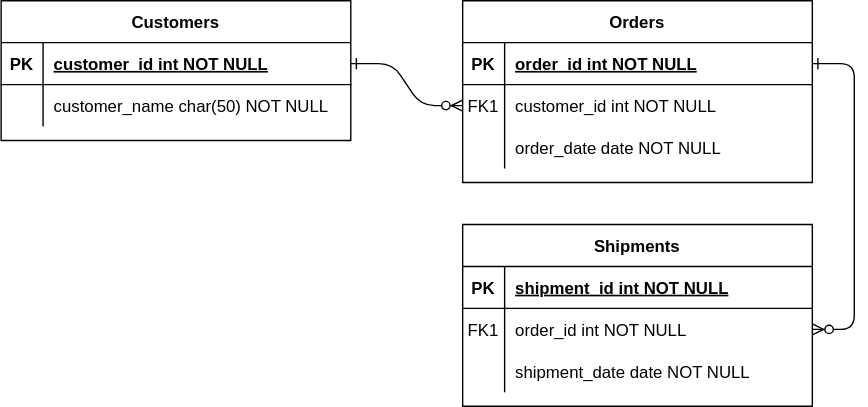
Above: document/게시판 서비스 ERD.svg in mvmthyun/fastcampus-pj-board (draw.io), before the change. Source tidied: cells renumbered, new cells last; positions are measured from the earlier drawing's top-left corner, leaving out a move shared by most shapes.
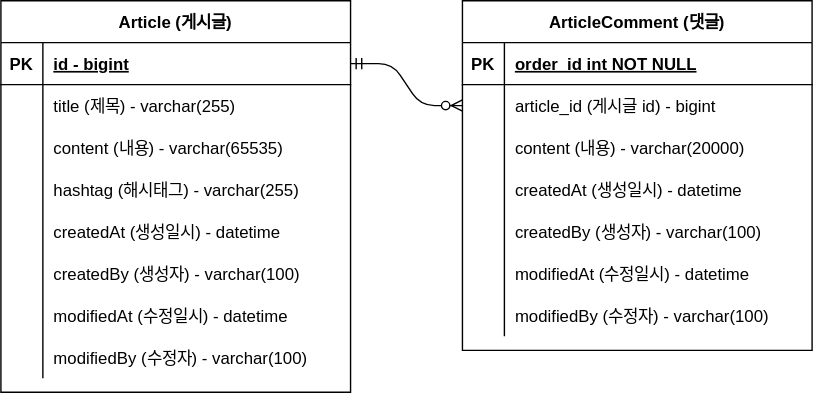
After the change.

The edit, as a diff of the source:
```diff
@@ -2,14 +2,11 @@
   <root>
     <mxCell id="0" />
     <mxCell id="1" parent="0" />
-    <mxCell id="2" style="edgeStyle=entityRelationEdgeStyle;endArrow=ERzeroToMany;startArrow=ERone;endFill=1;startFill=0;" parent="1" edge="1" source="25" target="8">
+    <mxCell id="2" style="edgeStyle=entityRelationEdgeStyle;endArrow=ERzeroToMany;startArrow=ERmandOne;endFill=1;startFill=0;exitX=1;exitY=0.5;exitDx=0;exitDy=0;" parent="1" edge="1" source="25" target="8">
       <mxGeometry relative="1" as="geometry" />
     </mxCell>
-    <mxCell id="3" style="edgeStyle=entityRelationEdgeStyle;endArrow=ERzeroToMany;startArrow=ERone;endFill=1;startFill=0;" parent="1" edge="1" source="5" target="18">
-      <mxGeometry relative="1" as="geometry" />
-    </mxCell>
-    <mxCell id="4" value="Orders" style="shape=table;startSize=30;rowLines=0;fontStyle=1;align=center;" parent="1" vertex="1">
-      <mxGeometry x="330" width="250" height="130" as="geometry" />
+    <mxCell id="4" value="ArticleComment (댓글)" style="shape=table;startSize=30;rowLines=0;fontStyle=1;align=center;" parent="1" vertex="1">
+      <mxGeometry x="330" width="250" height="250" as="geometry" />
     </mxCell>
     <mxCell id="5" style="shape=partialRectangle;fillColor=none;points=[[0,0.5],[1,0.5]];portConstraint=eastwest;top=0;left=0;right=0;bottom=1;" parent="4" vertex="1">
       <mxGeometry y="30" width="250" height="30" as="geometry" />
@@ -23,10 +20,10 @@
     <mxCell id="8" style="shape=partialRectangle;fillColor=none;points=[[0,0.5],[1,0.5]];portConstraint=eastwest;top=0;left=0;right=0;bottom=0;" parent="4" vertex="1">
       <mxGeometry y="60" width="250" height="30" as="geometry" />
     </mxCell>
-    <mxCell id="9" value="FK1" style="shape=partialRectangle;overflow=hidden;fillColor=none;top=0;left=0;bottom=0;right=0;" parent="8" vertex="1">
+    <mxCell id="9" style="shape=partialRectangle;overflow=hidden;fillColor=none;top=0;left=0;bottom=0;right=0;" parent="8" vertex="1">
       <mxGeometry width="30" height="30" as="geometry" />
     </mxCell>
-    <mxCell id="10" value="customer_id int NOT NULL" style="shape=partialRectangle;overflow=hidden;fillColor=none;top=0;left=0;bottom=0;right=0;align=left;spacingLeft=6;" parent="8" vertex="1">
+    <mxCell id="10" value="article_id (게시글 id) - bigint" style="shape=partialRectangle;overflow=hidden;fillColor=none;top=0;left=0;bottom=0;right=0;align=left;spacingLeft=6;" parent="8" vertex="1">
       <mxGeometry x="30" width="220" height="30" as="geometry" />
     </mxCell>
     <mxCell id="11" style="shape=partialRectangle;fillColor=none;top=0;left=0;right=0;bottom=0;" parent="4" vertex="1">
@@ -35,41 +32,47 @@
     <mxCell id="12" style="shape=partialRectangle;overflow=hidden;fillColor=none;top=0;left=0;bottom=0;right=0;" parent="11" vertex="1">
       <mxGeometry width="30" height="30" as="geometry" />
     </mxCell>
-    <mxCell id="13" value="order_date date NOT NULL" style="shape=partialRectangle;overflow=hidden;fillColor=none;top=0;left=0;bottom=0;right=0;align=left;spacingLeft=6;" parent="11" vertex="1">
+    <mxCell id="13" value="content (내용) - varchar(20000)" style="shape=partialRectangle;overflow=hidden;fillColor=none;top=0;left=0;bottom=0;right=0;align=left;spacingLeft=6;" parent="11" vertex="1">
       <mxGeometry x="30" width="220" height="30" as="geometry" />
     </mxCell>
-    <mxCell id="14" value="Shipments" style="shape=table;startSize=30;rowLines=0;fontStyle=1;align=center;" parent="1" vertex="1">
-      <mxGeometry x="330" y="160" width="250" height="130" as="geometry" />
-    </mxCell>
-    <mxCell id="15" style="shape=partialRectangle;fillColor=none;top=0;left=0;right=0;bottom=1;" parent="14" vertex="1">
-      <mxGeometry y="30" width="250" height="30" as="geometry" />
-    </mxCell>
-    <mxCell id="16" value="PK" style="shape=partialRectangle;overflow=hidden;fillColor=none;top=0;left=0;bottom=0;right=0;fontStyle=1;" parent="15" vertex="1">
-      <mxGeometry width="30" height="30" as="geometry" />
-    </mxCell>
-    <mxCell id="17" value="shipment_id int NOT NULL " style="shape=partialRectangle;overflow=hidden;fillColor=none;top=0;left=0;bottom=0;right=0;align=left;spacingLeft=6;fontStyle=5;" parent="15" vertex="1">
-      <mxGeometry x="30" width="220" height="30" as="geometry" />
-    </mxCell>
-    <mxCell id="18" style="shape=partialRectangle;fillColor=none;points=[[0,0.5],[1,0.5]];portConstraint=eastwest;top=0;left=0;right=0;bottom=0;" parent="14" vertex="1">
-      <mxGeometry y="60" width="250" height="30" as="geometry" />
-    </mxCell>
-    <mxCell id="19" value="FK1" style="shape=partialRectangle;overflow=hidden;fillColor=none;top=0;left=0;bottom=0;right=0;" parent="18" vertex="1">
-      <mxGeometry width="30" height="30" as="geometry" />
-    </mxCell>
-    <mxCell id="20" value="order_id int NOT NULL" style="shape=partialRectangle;overflow=hidden;fillColor=none;top=0;left=0;bottom=0;right=0;align=left;spacingLeft=6;" parent="18" vertex="1">
-      <mxGeometry x="30" width="220" height="30" as="geometry" />
-    </mxCell>
-    <mxCell id="21" style="shape=partialRectangle;fillColor=none;top=0;left=0;right=0;bottom=0;" parent="14" vertex="1">
-      <mxGeometry y="90" width="250" height="30" as="geometry" />
-    </mxCell>
-    <mxCell id="22" style="shape=partialRectangle;overflow=hidden;fillColor=none;top=0;left=0;bottom=0;right=0;" parent="21" vertex="1">
-      <mxGeometry width="30" height="30" as="geometry" />
-    </mxCell>
-    <mxCell id="23" value="shipment_date date NOT NULL" style="shape=partialRectangle;overflow=hidden;fillColor=none;top=0;left=0;bottom=0;right=0;align=left;spacingLeft=6;" parent="21" vertex="1">
-      <mxGeometry x="30" width="220" height="30" as="geometry" />
-    </mxCell>
+    <mxCell id="31" style="shape=partialRectangle;fillColor=none;top=0;left=0;right=0;bottom=0;" parent="4" vertex="1">
+      <mxGeometry y="120" width="250" height="30" as="geometry" />
+    </mxCell>
+    <mxCell id="32" style="shape=partialRectangle;overflow=hidden;fillColor=none;top=0;left=0;bottom=0;right=0;" parent="31" vertex="1">
+      <mxGeometry width="30" height="30" as="geometry" />
+    </mxCell>
+    <mxCell id="33" value="createdAt (생성일시) - datetime" style="shape=partialRectangle;overflow=hidden;fillColor=none;top=0;left=0;bottom=0;right=0;align=left;spacingLeft=6;" parent="31" vertex="1">
+      <mxGeometry x="30" width="220" height="30" as="geometry" />
+    </mxCell>
+    <mxCell id="34" style="shape=partialRectangle;fillColor=none;top=0;left=0;right=0;bottom=0;" parent="4" vertex="1">
+      <mxGeometry y="150" width="250" height="30" as="geometry" />
+    </mxCell>
+    <mxCell id="35" style="shape=partialRectangle;overflow=hidden;fillColor=none;top=0;left=0;bottom=0;right=0;" parent="34" vertex="1">
+      <mxGeometry width="30" height="30" as="geometry" />
+    </mxCell>
+    <mxCell id="36" value="createdBy (생성자) - varchar(100)" style="shape=partialRectangle;overflow=hidden;fillColor=none;top=0;left=0;bottom=0;right=0;align=left;spacingLeft=6;" parent="34" vertex="1">
+      <mxGeometry x="30" width="220" height="30" as="geometry" />
+    </mxCell>
+    <mxCell id="37" style="shape=partialRectangle;fillColor=none;top=0;left=0;right=0;bottom=0;" parent="4" vertex="1">
+      <mxGeometry y="180" width="250" height="30" as="geometry" />
+    </mxCell>
+    <mxCell id="38" style="shape=partialRectangle;overflow=hidden;fillColor=none;top=0;left=0;bottom=0;right=0;" parent="37" vertex="1">
+      <mxGeometry width="30" height="30" as="geometry" />
+    </mxCell>
+    <mxCell id="39" value="modifiedAt (수정일시) - datetime" style="shape=partialRectangle;overflow=hidden;fillColor=none;top=0;left=0;bottom=0;right=0;align=left;spacingLeft=6;" parent="37" vertex="1">
+      <mxGeometry x="30" width="220" height="30" as="geometry" />
+    </mxCell>
+    <mxCell id="40" style="shape=partialRectangle;fillColor=none;top=0;left=0;right=0;bottom=0;" parent="4" vertex="1">
+      <mxGeometry y="210" width="250" height="30" as="geometry" />
+    </mxCell>
+    <mxCell id="41" style="shape=partialRectangle;overflow=hidden;fillColor=none;top=0;left=0;bottom=0;right=0;" parent="40" vertex="1">
+      <mxGeometry width="30" height="30" as="geometry" />
+    </mxCell>
+    <mxCell id="42" value="modifiedBy (수정자) - varchar(100)" style="shape=partialRectangle;overflow=hidden;fillColor=none;top=0;left=0;bottom=0;right=0;align=left;spacingLeft=6;" parent="40" vertex="1">
+      <mxGeometry x="30" width="220" height="30" as="geometry" />
+    </mxCell>
-    <mxCell id="24" value="Customers" style="shape=table;startSize=30;rowLines=0;fontStyle=1;align=center;" parent="1" vertex="1">
-      <mxGeometry width="250" height="100" as="geometry" />
+    <mxCell id="24" value="Article (게시글)" style="shape=table;startSize=30;rowLines=0;fontStyle=1;align=center;" parent="1" vertex="1">
+      <mxGeometry width="250" height="280" as="geometry" />
     </mxCell>
     <mxCell id="25" style="shape=partialRectangle;fillColor=none;points=[[0,0.5],[1,0.5]];portConstraint=eastwest;top=0;left=0;right=0;bottom=1;" parent="24" vertex="1">
       <mxGeometry y="30" width="250" height="30" as="geometry" />
@@ -77,7 +80,7 @@
     <mxCell id="26" value="PK" style="shape=partialRectangle;overflow=hidden;fillColor=none;top=0;left=0;bottom=0;right=0;fontStyle=1;" parent="25" vertex="1">
       <mxGeometry width="30" height="30" as="geometry" />
     </mxCell>
-    <mxCell id="27" value="customer_id int NOT NULL " style="shape=partialRectangle;overflow=hidden;fillColor=none;top=0;left=0;bottom=0;right=0;align=left;spacingLeft=6;fontStyle=5;" parent="25" vertex="1">
+    <mxCell id="27" value="id - bigint" style="shape=partialRectangle;overflow=hidden;fillColor=none;top=0;left=0;bottom=0;right=0;align=left;spacingLeft=6;fontStyle=5;" parent="25" vertex="1">
       <mxGeometry x="30" width="220" height="30" as="geometry" />
     </mxCell>
     <mxCell id="28" style="shape=partialRectangle;fillColor=none;top=0;left=0;right=0;bottom=0;" parent="24" vertex="1">
@@ -86,8 +89,62 @@
     <mxCell id="29" style="shape=partialRectangle;overflow=hidden;fillColor=none;top=0;left=0;bottom=0;right=0;" parent="28" vertex="1">
       <mxGeometry width="30" height="30" as="geometry" />
     </mxCell>
-    <mxCell id="30" value="customer_name char(50) NOT NULL" style="shape=partialRectangle;overflow=hidden;fillColor=none;top=0;left=0;bottom=0;right=0;align=left;spacingLeft=6;" parent="28" vertex="1">
+    <mxCell id="30" value="title (제목) - varchar(255)" style="shape=partialRectangle;overflow=hidden;fillColor=none;top=0;left=0;bottom=0;right=0;align=left;spacingLeft=6;" parent="28" vertex="1">
       <mxGeometry x="30" width="220" height="30" as="geometry" />
     </mxCell>
+    <mxCell id="21" style="shape=partialRectangle;fillColor=none;top=0;left=0;right=0;bottom=0;" parent="24" vertex="1">
+      <mxGeometry y="90" width="250" height="30" as="geometry" />
+    </mxCell>
+    <mxCell id="43" style="shape=partialRectangle;overflow=hidden;fillColor=none;top=0;left=0;bottom=0;right=0;" parent="21" vertex="1">
+      <mxGeometry width="30" height="30" as="geometry" />
+    </mxCell>
+    <mxCell id="44" value="content (내용) - varchar(65535)" style="shape=partialRectangle;overflow=hidden;fillColor=none;top=0;left=0;bottom=0;right=0;align=left;spacingLeft=6;" parent="21" vertex="1">
+      <mxGeometry x="30" width="220" height="30" as="geometry" />
+    </mxCell>
+    <mxCell id="45" style="shape=partialRectangle;fillColor=none;top=0;left=0;right=0;bottom=0;" parent="24" vertex="1">
+      <mxGeometry y="120" width="250" height="30" as="geometry" />
+    </mxCell>
+    <mxCell id="46" style="shape=partialRectangle;overflow=hidden;fillColor=none;top=0;left=0;bottom=0;right=0;" parent="45" vertex="1">
+      <mxGeometry width="30" height="30" as="geometry" />
+    </mxCell>
+    <mxCell id="47" value="hashtag (해시태그) - varchar(255)" style="shape=partialRectangle;overflow=hidden;fillColor=none;top=0;left=0;bottom=0;right=0;align=left;spacingLeft=6;" parent="45" vertex="1">
+      <mxGeometry x="30" width="220" height="30" as="geometry" />
+    </mxCell>
+    <mxCell id="48" style="shape=partialRectangle;fillColor=none;top=0;left=0;right=0;bottom=0;" parent="24" vertex="1">
+      <mxGeometry y="150" width="250" height="30" as="geometry" />
+    </mxCell>
+    <mxCell id="49" style="shape=partialRectangle;overflow=hidden;fillColor=none;top=0;left=0;bottom=0;right=0;" parent="48" vertex="1">
+      <mxGeometry width="30" height="30" as="geometry" />
+    </mxCell>
+    <mxCell id="50" value="createdAt (생성일시) - datetime" style="shape=partialRectangle;overflow=hidden;fillColor=none;top=0;left=0;bottom=0;right=0;align=left;spacingLeft=6;" parent="48" vertex="1">
+      <mxGeometry x="30" width="220" height="30" as="geometry" />
+    </mxCell>
+    <mxCell id="51" style="shape=partialRectangle;fillColor=none;top=0;left=0;right=0;bottom=0;" parent="24" vertex="1">
+      <mxGeometry y="180" width="250" height="30" as="geometry" />
+    </mxCell>
+    <mxCell id="52" style="shape=partialRectangle;overflow=hidden;fillColor=none;top=0;left=0;bottom=0;right=0;" parent="51" vertex="1">
+      <mxGeometry width="30" height="30" as="geometry" />
+    </mxCell>
+    <mxCell id="53" value="createdBy (생성자) - varchar(100)" style="shape=partialRectangle;overflow=hidden;fillColor=none;top=0;left=0;bottom=0;right=0;align=left;spacingLeft=6;" parent="51" vertex="1">
+      <mxGeometry x="30" width="220" height="30" as="geometry" />
+    </mxCell>
+    <mxCell id="54" style="shape=partialRectangle;fillColor=none;top=0;left=0;right=0;bottom=0;" parent="24" vertex="1">
+      <mxGeometry y="210" width="250" height="30" as="geometry" />
+    </mxCell>
+    <mxCell id="55" style="shape=partialRectangle;overflow=hidden;fillColor=none;top=0;left=0;bottom=0;right=0;" parent="54" vertex="1">
+      <mxGeometry width="30" height="30" as="geometry" />
+    </mxCell>
+    <mxCell id="56" value="modifiedAt (수정일시) - datetime" style="shape=partialRectangle;overflow=hidden;fillColor=none;top=0;left=0;bottom=0;right=0;align=left;spacingLeft=6;" parent="54" vertex="1">
+      <mxGeometry x="30" width="220" height="30" as="geometry" />
+    </mxCell>
+    <mxCell id="57" style="shape=partialRectangle;fillColor=none;top=0;left=0;right=0;bottom=0;" parent="24" vertex="1">
+      <mxGeometry y="240" width="250" height="30" as="geometry" />
+    </mxCell>
+    <mxCell id="58" style="shape=partialRectangle;overflow=hidden;fillColor=none;top=0;left=0;bottom=0;right=0;" parent="57" vertex="1">
+      <mxGeometry width="30" height="30" as="geometry" />
+    </mxCell>
+    <mxCell id="59" value="modifiedBy (수정자) - varchar(100)" style="shape=partialRectangle;overflow=hidden;fillColor=none;top=0;left=0;bottom=0;right=0;align=left;spacingLeft=6;" parent="57" vertex="1">
+      <mxGeometry x="30" width="220" height="30" as="geometry" />
+    </mxCell>
   </root>
 </mxGraphModel>
```
